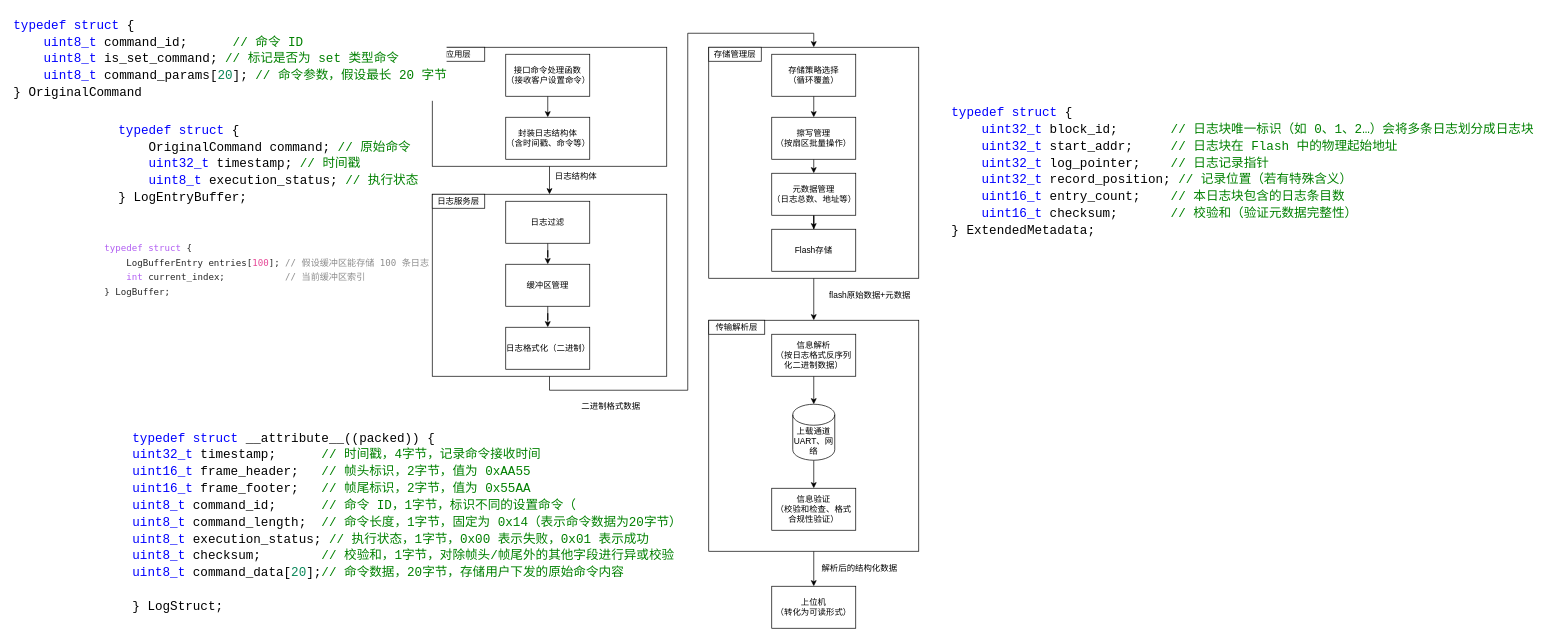
Before: page "第 2 页" (2 of 14) of 未命名绘图1.drawio in WHUT-LHT/hello-world, a draw.io diagram. Source tidied: cells renumbered, new cells numbered last; positions are measured from the earlier drawing's top-left corner, leaving out a move shared by most shapes. Both pictures are drawn from the tidied source at 70%, with x=0, y=0 at pixel (12, 12).
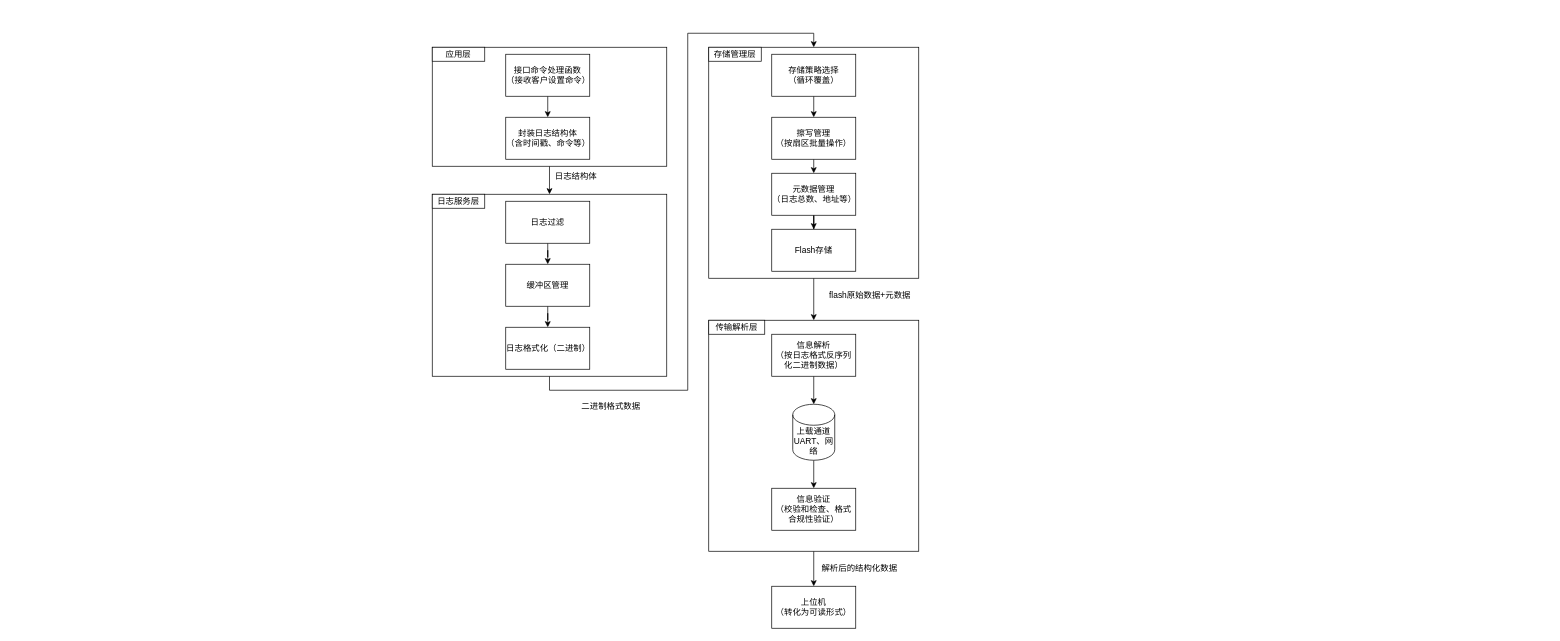
The same diagram, later.

Commit message:
更新未命名绘图1.drawio

What changed in the source:
```diff
@@
-    <mxCell id="40" value="&lt;pre class=&quot;container-DHZ5Us language-c&quot; style=&quot;-webkit-font-smoothing: antialiased; box-sizing: border-box; -webkit-tap-highlight-color: rgba(0, 0, 0, 0); font-family: ui-monospace, SFMono-Regular, &amp;quot;SF Mono&amp;quot;, Menlo, Consolas, &amp;quot;Liberation Mono&amp;quot;, monospace; white-space: pre; overflow-wrap: normal; --code-text_v3: #000000d9; --code-doc_v3: #00000073; --code-Link_v3: #2f74ff; --code-number_v3: #e54595; --code-keycontrol_v3: #9952e1; --code-function_v3: #ff5d4d; --code-variable_v3: #000000d9; --code-parameter_v3: #4da621; --code-attributes_v3: #c70; --code-selection-bg-color: #ebf1ff; background: none 0% 0% / auto repeat scroll padding-box border-box rgba(0, 0, 0, 0); color: rgb(0, 0, 0); word-break: normal; word-spacing: 0px; hyphens: none; line-height: 1.5; tab-size: 4; margin: 0px; overflow: auto; font-size: 13.6px; border-radius: 6px; padding: 0px; overflow-anchor: auto; width: fit-content; font-style: normal; font-variant-ligatures: normal; font-variant-caps: normal; font-weight: 400; letter-spacing: normal; orphans: 2; text-align: start; text-indent: 0px; text-transform: none; widows: 2; -webkit-text-stroke-width: 0px; text-decoration-thickness: initial; text-decoration-style: initial; text-decoration-color: initial;&quot;&gt;&lt;code class=&quot;language-c&quot; style=&quot;-webkit-font-smoothing: antialiased; box-sizing: border-box; -webkit-tap-highlight-color: rgba(0, 0, 0, 0); background: transparent; color: rgba(0, 0, 0, 0.85); font-family: Menlo, Monaco, Consolas, &amp;quot;Courier New&amp;quot;, monospace; white-space: pre; word-break: normal; word-spacing: normal; overflow-wrap: normal; hyphens: none; line-height: 1.5; tab-size: 4; border-radius: 4px; font-size: 13px; overflow-anchor: auto;&quot;&gt;&lt;span class=&quot;token keyword&quot; style=&quot;-webkit-font-smoothing: antialiased; box-sizing: border-box; -webkit-tap-highlight-color: rgba(0, 0, 0, 0); overflow-anchor: auto; background: transparent; color: rgb(177, 94, 242);&quot;&gt;typedef&lt;/span&gt; &lt;span class=&quot;token keyword&quot; style=&quot;-webkit-font-smoothing: antialiased; box-sizing: border-box; -webkit-tap-highlight-color: rgba(0, 0, 0, 0); overflow-anchor: auto; background: transparent; color: rgb(177, 94, 242);&quot;&gt;struct&lt;/span&gt; &lt;span class=&quot;token punctuation&quot; style=&quot;-webkit-font-smoothing: antialiased; box-sizing: border-box; -webkit-tap-highlight-color: rgba(0, 0, 0, 0); overflow-anchor: auto; background: transparent; color: rgba(0, 0, 0, 0.85);&quot;&gt;{&lt;/span&gt;&#10;    LogBufferEntry entries&lt;span class=&quot;token punctuation&quot; style=&quot;-webkit-font-smoothing: antialiased; box-sizing: border-box; -webkit-tap-highlight-color: rgba(0, 0, 0, 0); overflow-anchor: auto; background: transparent; color: rgba(0, 0, 0, 0.85);&quot;&gt;[&lt;/span&gt;&lt;span class=&quot;token number&quot; style=&quot;-webkit-font-smoothing: antialiased; box-sizing: border-box; -webkit-tap-highlight-color: rgba(0, 0, 0, 0); overflow-anchor: auto; background: transparent; color: rgb(229, 69, 149);&quot;&gt;100&lt;/span&gt;&lt;span class=&quot;token punctuation&quot; style=&quot;-webkit-font-smoothing: antialiased; box-sizing: border-box; -webkit-tap-highlight-color: rgba(0, 0, 0, 0); overflow-anchor: auto; background: transparent; color: rgba(0, 0, 0, 0.85);&quot;&gt;]&lt;/span&gt;&lt;span class=&quot;token punctuation&quot; style=&quot;-webkit-font-smoothing: antialiased; box-sizing: border-box; -webkit-tap-highlight-color: rgba(0, 0, 0, 0); overflow-anchor: auto; background: transparent; color: rgba(0, 0, 0, 0.85);&quot;&gt;;&lt;/span&gt; &lt;span class=&quot;token comment&quot; style=&quot;-webkit-font-smoothing: antialiased; box-sizing: border-box; -webkit-tap-highlight-color: rgba(0, 0, 0, 0); overflow-anchor: auto; background: transparent; color: rgba(0, 0, 0, 0.45);&quot;&gt;// 假设缓冲区能存储 100 条日志&lt;/span&gt;&#10;    &lt;span class=&quot;token keyword&quot; style=&quot;-webkit-font-smoothing: antialiased; box-sizing: border-box; -webkit-tap-highlight-color: rgba(0, 0, 0, 0); overflow-anchor: auto; background: transparent; color: rgb(177, 94, 242);&quot;&gt;int&lt;/span&gt; current_index&lt;span class=&quot;token punctuation&quot; style=&quot;-webkit-font-smoothing: antialiased; box-sizing: border-box; -webkit-tap-highlight-color: rgba(0, 0, 0, 0); overflow-anchor: auto; background: transparent; color: rgba(0, 0, 0, 0.85);&quot;&gt;;&lt;/span&gt;           &lt;span class=&quot;token comment&quot; style=&quot;-webkit-font-smoothing: antialiased; box-sizing: border-box; -webkit-tap-highlight-color: rgba(0, 0, 0, 0); overflow-anchor: auto; background: transparent; color: rgba(0, 0, 0, 0.45);&quot;&gt;// 当前缓冲区索引&lt;/span&gt;&#10;&lt;span class=&quot;token punctuation&quot; style=&quot;-webkit-font-smoothing: antialiased; box-sizing: border-box; -webkit-tap-highlight-color: rgba(0, 0, 0, 0); overflow-anchor: auto; background: transparent; color: rgba(0, 0, 0, 0.85);&quot;&gt;}&lt;/span&gt; LogBuffer&lt;span class=&quot;token punctuation&quot; style=&quot;-webkit-font-smoothing: antialiased; box-sizing: border-box; -webkit-tap-highlight-color: rgba(0, 0, 0, 0); overflow-anchor: auto; background: transparent; color: rgba(0, 0, 0, 0.85);&quot;&gt;;&lt;/span&gt;&lt;/code&gt;&lt;/pre&gt;" style="text;whiteSpace=wrap;html=1;" parent="1" vertex="1">
-      <mxGeometry x="130" y="320" width="470" height="110" as="geometry" />
-    </mxCell>
-    <mxCell id="41" value="&lt;div style=&quot;color: #000000;background-color: #ffffff;font-family: Consolas, 'Courier New', monospace;font-weight: normal;font-size: 18px;line-height: 24px;white-space: pre;&quot;&gt;&lt;div&gt;&lt;span style=&quot;color: #0000ff;&quot;&gt;typedef&lt;/span&gt;&lt;span style=&quot;color: #000000;&quot;&gt; &lt;/span&gt;&lt;span style=&quot;color: #0000ff;&quot;&gt;struct&lt;/span&gt;&lt;span style=&quot;color: #000000;&quot;&gt; __attribute__((packed)) {&lt;/span&gt;&lt;/div&gt;&lt;div&gt;&lt;span style=&quot;color: #0000ff;&quot;&gt;uint32_t&lt;/span&gt;&lt;span style=&quot;color: #000000;&quot;&gt; timestamp;&lt;/span&gt;&lt;span style=&quot;color: #008000;&quot;&gt; &amp;nbsp; &amp;nbsp; &amp;nbsp;// 时间戳，4字节，记录命令接收时间&lt;/span&gt;&lt;/div&gt;&lt;div&gt;&lt;span style=&quot;color: #0000ff;&quot;&gt;uint16_t&lt;/span&gt;&lt;span style=&quot;color: #000000;&quot;&gt; frame_header;&lt;/span&gt;&lt;span style=&quot;color: #008000;&quot;&gt; &amp;nbsp; // 帧头标识，2字节，值为 0xAA55&lt;/span&gt;&lt;/div&gt;&lt;div&gt;&lt;span style=&quot;color: #0000ff;&quot;&gt;uint16_t&lt;/span&gt;&lt;span style=&quot;color: #000000;&quot;&gt; frame_footer;&lt;/span&gt;&lt;span style=&quot;color: #008000;&quot;&gt; &amp;nbsp; // 帧尾标识，2字节，值为 0x55AA&lt;/span&gt;&lt;/div&gt;&lt;div&gt;&lt;span style=&quot;color: #0000ff;&quot;&gt;uint8_t&lt;/span&gt;&lt;span style=&quot;color: #000000;&quot;&gt; command_id;&lt;/span&gt;&lt;span style=&quot;color: #008000;&quot;&gt; &amp;nbsp; &amp;nbsp; &amp;nbsp;// 命令 ID，1字节，标识不同的设置命令（&lt;/span&gt;&lt;/div&gt;&lt;div&gt;&lt;span style=&quot;color: #0000ff;&quot;&gt;uint8_t&lt;/span&gt;&lt;span style=&quot;color: #000000;&quot;&gt; command_length;&lt;/span&gt;&lt;span style=&quot;color: #008000;&quot;&gt; &amp;nbsp;// 命令长度，1字节，固定为 0x14（表示命令数据为20字节）&lt;/span&gt;&lt;/div&gt;&lt;div&gt;&lt;span style=&quot;color: #0000ff;&quot;&gt;uint8_t&lt;/span&gt;&lt;span style=&quot;color: #000000;&quot;&gt; execution_status;&lt;/span&gt;&lt;span style=&quot;color: #008000;&quot;&gt; // 执行状态，1字节，0x00 表示失败，0x01 表示成功&lt;/span&gt;&lt;/div&gt;&lt;div&gt;&lt;span style=&quot;color: #0000ff;&quot;&gt;uint8_t&lt;/span&gt;&lt;span style=&quot;color: #000000;&quot;&gt; checksum;&lt;/span&gt;&lt;span style=&quot;color: #008000;&quot;&gt; &amp;nbsp; &amp;nbsp; &amp;nbsp; &amp;nbsp;// 校验和，1字节，对除帧头/帧尾外的其他字段进行异或校验&lt;/span&gt;&lt;/div&gt;&lt;div&gt;&lt;span style=&quot;color: #0000ff;&quot;&gt;uint8_t&lt;/span&gt;&lt;span style=&quot;color: #000000;&quot;&gt; command_data[&lt;/span&gt;&lt;span style=&quot;color: #098658;&quot;&gt;20&lt;/span&gt;&lt;span style=&quot;color: #000000;&quot;&gt;];&lt;/span&gt;&lt;span style=&quot;color: #008000;&quot;&gt;// 命令数据，20字节，存储用户下发的原始命令内容&lt;/span&gt;&lt;/div&gt;&lt;br&gt;&lt;div&gt;&lt;span style=&quot;color: #000000;&quot;&gt;} LogStruct;&lt;/span&gt;&lt;/div&gt;&lt;/div&gt;" style="text;whiteSpace=wrap;html=1;" parent="1" vertex="1">
-      <mxGeometry x="170" y="590" width="560" height="290" as="geometry" />
-    </mxCell>
-    <mxCell id="42" value="&lt;div style=&quot;color: #000000;background-color: #ffffff;font-family: Consolas, 'Courier New', monospace;font-weight: normal;font-size: 18px;line-height: 24px;white-space: pre;&quot;&gt;&lt;div&gt;&lt;span style=&quot;color: #0000ff;&quot;&gt;typedef&lt;/span&gt;&lt;span style=&quot;color: #000000;&quot;&gt; &lt;/span&gt;&lt;span style=&quot;color: #0000ff;&quot;&gt;struct&lt;/span&gt;&lt;span style=&quot;color: #000000;&quot;&gt; { &amp;nbsp;&lt;/span&gt;&lt;/div&gt;&lt;div&gt;&lt;span style=&quot;color: #000000;&quot;&gt;&amp;nbsp; &amp;nbsp; &lt;/span&gt;&lt;span style=&quot;color: #0000ff;&quot;&gt;uint32_t&lt;/span&gt;&lt;span style=&quot;color: #000000;&quot;&gt; block_id;&lt;/span&gt;&lt;span style=&quot;color: #008000;&quot;&gt; &amp;nbsp; &amp;nbsp; &amp;nbsp; // 日志块唯一标识（如 0、1、2…）会将多条日志划分成日志块 &amp;nbsp;&lt;/span&gt;&lt;/div&gt;&lt;div&gt;&lt;span style=&quot;color: #000000;&quot;&gt;&amp;nbsp; &amp;nbsp; &lt;/span&gt;&lt;span style=&quot;color: #0000ff;&quot;&gt;uint32_t&lt;/span&gt;&lt;span style=&quot;color: #000000;&quot;&gt; start_addr;&lt;/span&gt;&lt;span style=&quot;color: #008000;&quot;&gt; &amp;nbsp; &amp;nbsp; // 日志块在 Flash 中的物理起始地址 &amp;nbsp;&lt;/span&gt;&lt;/div&gt;&lt;div&gt;&lt;span style=&quot;color: #000000;&quot;&gt;&amp;nbsp; &amp;nbsp; &lt;/span&gt;&lt;span style=&quot;color: #0000ff;&quot;&gt;uint32_t&lt;/span&gt;&lt;span style=&quot;color: #000000;&quot;&gt; log_pointer;&lt;/span&gt;&lt;span style=&quot;color: #008000;&quot;&gt; &amp;nbsp; &amp;nbsp;// 日志记录指针 &amp;nbsp;&lt;/span&gt;&lt;/div&gt;&lt;div&gt;&lt;span style=&quot;color: #000000;&quot;&gt;&amp;nbsp; &amp;nbsp; &lt;/span&gt;&lt;span style=&quot;color: #0000ff;&quot;&gt;uint32_t&lt;/span&gt;&lt;span style=&quot;color: #000000;&quot;&gt; record_position;&lt;/span&gt;&lt;span style=&quot;color: #008000;&quot;&gt; // 记录位置（若有特殊含义） &amp;nbsp;&lt;/span&gt;&lt;/div&gt;&lt;div&gt;&lt;span style=&quot;color: #000000;&quot;&gt;&amp;nbsp; &amp;nbsp; &lt;/span&gt;&lt;span style=&quot;color: #0000ff;&quot;&gt;uint16_t&lt;/span&gt;&lt;span style=&quot;color: #000000;&quot;&gt; entry_count;&lt;/span&gt;&lt;span style=&quot;color: #008000;&quot;&gt; &amp;nbsp; &amp;nbsp;// 本日志块包含的日志条目数 &amp;nbsp;&lt;/span&gt;&lt;/div&gt;&lt;div&gt;&lt;span style=&quot;color: #000000;&quot;&gt;&amp;nbsp; &amp;nbsp; &lt;/span&gt;&lt;span style=&quot;color: #0000ff;&quot;&gt;uint16_t&lt;/span&gt;&lt;span style=&quot;color: #000000;&quot;&gt; checksum;&lt;/span&gt;&lt;span style=&quot;color: #008000;&quot;&gt; &amp;nbsp; &amp;nbsp; &amp;nbsp; // 校验和（验证元数据完整性） &lt;/span&gt;&lt;/div&gt;&lt;div&gt;&lt;span style=&quot;color: #000000;&quot;&gt;} ExtendedMetadata; &lt;/span&gt;&lt;/div&gt;&lt;/div&gt;" style="text;whiteSpace=wrap;html=1;" parent="1" vertex="1">
-      <mxGeometry x="1340" y="125" width="560" height="220" as="geometry" />
-    </mxCell>
-    <mxCell id="43" value="&lt;div style=&quot;color: #000000;background-color: #ffffff;font-family: Consolas, 'Courier New', monospace;font-weight: normal;font-size: 18px;line-height: 24px;white-space: pre;&quot;&gt;&lt;div&gt;&lt;span style=&quot;color: #0000ff;&quot;&gt;typedef&lt;/span&gt;&lt;span style=&quot;color: #000000;&quot;&gt; &lt;/span&gt;&lt;span style=&quot;color: #0000ff;&quot;&gt;struct&lt;/span&gt;&lt;span style=&quot;color: #000000;&quot;&gt; {&lt;/span&gt;&lt;/div&gt;&lt;div&gt;&lt;span style=&quot;color: #000000;&quot;&gt;&amp;nbsp; &amp;nbsp; &lt;/span&gt;&lt;span style=&quot;color: #0000ff;&quot;&gt;uint8_t&lt;/span&gt;&lt;span style=&quot;color: #000000;&quot;&gt; command_id;&lt;/span&gt;&lt;span style=&quot;color: #008000;&quot;&gt; &amp;nbsp; &amp;nbsp; &amp;nbsp;// 命令 ID&lt;/span&gt;&lt;/div&gt;&lt;div&gt;&lt;span style=&quot;color: #000000;&quot;&gt;&amp;nbsp; &amp;nbsp; &lt;/span&gt;&lt;span style=&quot;color: #0000ff;&quot;&gt;uint8_t&lt;/span&gt;&lt;span style=&quot;color: #000000;&quot;&gt; is_set_command;&lt;/span&gt;&lt;span style=&quot;color: #008000;&quot;&gt; // 标记是否为 set 类型命令&lt;/span&gt;&lt;/div&gt;&lt;div&gt;&lt;span style=&quot;color: #000000;&quot;&gt;&amp;nbsp; &amp;nbsp; &lt;/span&gt;&lt;span style=&quot;color: #0000ff;&quot;&gt;uint8_t&lt;/span&gt;&lt;span style=&quot;color: #000000;&quot;&gt; command_params[&lt;/span&gt;&lt;span style=&quot;color: #098658;&quot;&gt;20&lt;/span&gt;&lt;span style=&quot;color: #000000;&quot;&gt;];&lt;/span&gt;&lt;span style=&quot;color: #008000;&quot;&gt; // 命令参数，假设最长 20 字节&lt;/span&gt;&lt;/div&gt;&lt;div&gt;&lt;span style=&quot;color: #000000;&quot;&gt;} OriginalCommand&lt;/span&gt;&lt;/div&gt;&lt;/div&gt;" style="text;whiteSpace=wrap;html=1;" parent="1" vertex="1">
-      <mxGeometry width="560" height="140" as="geometry" />
-    </mxCell>
-    <mxCell id="44" value="&lt;div style=&quot;color: #000000;background-color: #ffffff;font-family: Consolas, 'Courier New', monospace;font-weight: normal;font-size: 18px;line-height: 24px;white-space: pre;&quot;&gt;&lt;div&gt;&lt;span style=&quot;color: #0000ff;&quot;&gt;typedef&lt;/span&gt;&lt;span style=&quot;color: #000000;&quot;&gt; &lt;/span&gt;&lt;span style=&quot;color: #0000ff;&quot;&gt;struct&lt;/span&gt;&lt;span style=&quot;color: #000000;&quot;&gt; {&lt;/span&gt;&lt;/div&gt;&lt;div&gt;&lt;span style=&quot;color: #000000;&quot;&gt;&amp;nbsp; &amp;nbsp; OriginalCommand command;&lt;/span&gt;&lt;span style=&quot;color: #008000;&quot;&gt; // 原始命令&lt;/span&gt;&lt;/div&gt;&lt;div&gt;&lt;span style=&quot;color: #000000;&quot;&gt;&amp;nbsp; &amp;nbsp; &lt;/span&gt;&lt;span style=&quot;color: #0000ff;&quot;&gt;uint32_t&lt;/span&gt;&lt;span style=&quot;color: #000000;&quot;&gt; timestamp;&lt;/span&gt;&lt;span style=&quot;color: #008000;&quot;&gt; // 时间戳&lt;/span&gt;&lt;/div&gt;&lt;div&gt;&lt;span style=&quot;color: #000000;&quot;&gt;&amp;nbsp; &amp;nbsp; &lt;/span&gt;&lt;span style=&quot;color: #0000ff;&quot;&gt;uint8_t&lt;/span&gt;&lt;span style=&quot;color: #000000;&quot;&gt; execution_status;&lt;/span&gt;&lt;span style=&quot;color: #008000;&quot;&gt; // 执行状态&lt;/span&gt;&lt;/div&gt;&lt;div&gt;&lt;span style=&quot;color: #000000;&quot;&gt;} LogEntryBuffer;&lt;/span&gt;&lt;/div&gt;&lt;/div&gt;" style="text;whiteSpace=wrap;html=1;" parent="1" vertex="1">
-      <mxGeometry x="150" y="150" width="430" height="140" as="geometry" />
-    </mxCell>
```
